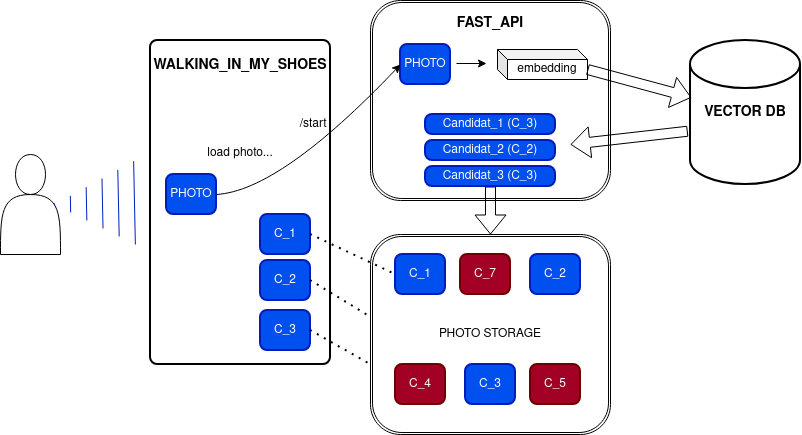
This is img/image.png from InnaBoby/SneakerSearch, a draw.io export, as it was before one commit. Source tidied: cells renumbered, new cells last; positions are measured from the earlier drawing's top-left corner, leaving out a move shared by most shapes.
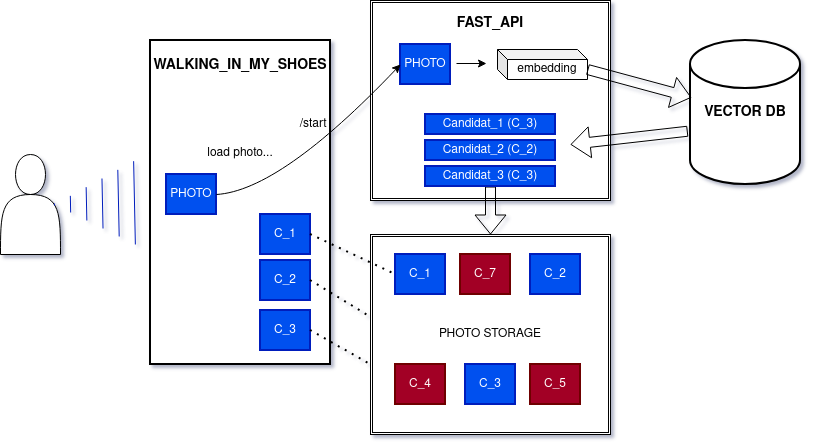
After the change.

Commit message:
красоту наводим

The edit, as a diff of the source:
```diff
@@ -1,41 +1,41 @@
-<mxGraphModel>
+<mxGraphModel shadow="1">
   <root>
     <mxCell id="0" />
     <mxCell id="1" parent="0" />
-    <mxCell id="2" style="shape=actor;whiteSpace=wrap;html=1;" parent="1" vertex="1">
+    <mxCell id="2" style="shape=actor;whiteSpace=wrap;html=1;rounded=0;" parent="1" vertex="1">
       <mxGeometry y="154" width="60" height="100" as="geometry" />
     </mxCell>
     <mxCell id="3" style="shape=mxgraph.arrows2.wedgeArrowDashed2;html=1;startWidth=50;stepSize=15;rounded=0;fillColor=#0050ef;strokeColor=#001DBC;entryX=0.9;entryY=0.5;entryDx=0;entryDy=0;entryPerimeter=0;exitX=0;exitY=0.5;exitDx=0;exitDy=0;" parent="1" edge="1" source="5" target="2">
       <mxGeometry relative="1" as="geometry" />
     </mxCell>
-    <mxCell id="4" value="&lt;div&gt;&lt;b&gt;&lt;font style=&quot;font-size: 14px;&quot;&gt;VECTOR&amp;nbsp;DB&lt;/font&gt;&lt;/b&gt;&lt;/div&gt;" style="strokeWidth=2;html=1;shape=mxgraph.flowchart.database;whiteSpace=wrap;" parent="1" vertex="1">
+    <mxCell id="4" value="&lt;div&gt;&lt;b&gt;&lt;font style=&quot;font-size: 14px;&quot;&gt;VECTOR&amp;nbsp;DB&lt;/font&gt;&lt;/b&gt;&lt;/div&gt;" style="strokeWidth=2;html=1;shape=mxgraph.flowchart.database;whiteSpace=wrap;rounded=0;" parent="1" vertex="1">
       <mxGeometry x="690" y="40" width="110" height="144" as="geometry" />
     </mxCell>
-    <mxCell id="5" value="&lt;div&gt;&lt;b&gt;&lt;font style=&quot;font-size: 14px;&quot;&gt;WALKING_IN_MY_SHOES&lt;/font&gt;&lt;/b&gt;&lt;/div&gt;&lt;div&gt;&lt;br&gt;&lt;/div&gt;&lt;div&gt;&lt;br&gt;&lt;/div&gt;&lt;div&gt;&lt;br&gt;&lt;/div&gt;&lt;div align=&quot;right&quot;&gt;/start&lt;/div&gt;&lt;div align=&quot;right&quot;&gt;&lt;br&gt;&lt;/div&gt;&lt;div align=&quot;center&quot;&gt;load photo...&lt;/div&gt;&lt;div align=&quot;center&quot;&gt;&lt;br&gt;&lt;/div&gt;&lt;div align=&quot;center&quot;&gt;&lt;br&gt;&lt;/div&gt;&lt;div align=&quot;center&quot;&gt;&lt;br&gt;&lt;/div&gt;&lt;div align=&quot;center&quot;&gt;&lt;br&gt;&lt;/div&gt;&lt;div align=&quot;center&quot;&gt;&lt;br&gt;&lt;/div&gt;&lt;div align=&quot;center&quot;&gt;&lt;br&gt;&lt;/div&gt;&lt;div align=&quot;center&quot;&gt;&lt;br&gt;&lt;/div&gt;&lt;div align=&quot;center&quot;&gt;&lt;br&gt;&lt;/div&gt;&lt;div align=&quot;center&quot;&gt;&lt;br&gt;&lt;/div&gt;&lt;div align=&quot;center&quot;&gt;&lt;br&gt;&lt;/div&gt;&lt;div align=&quot;center&quot;&gt;&lt;br&gt;&lt;/div&gt;&lt;div align=&quot;center&quot;&gt;&lt;br&gt;&lt;/div&gt;&lt;div align=&quot;left&quot;&gt;&lt;br&gt;&lt;/div&gt;" style="rounded=1;whiteSpace=wrap;html=1;absoluteArcSize=1;arcSize=14;strokeWidth=2;" parent="1" vertex="1">
+    <mxCell id="5" value="&lt;div&gt;&lt;b&gt;&lt;font style=&quot;font-size: 14px;&quot;&gt;WALKING_IN_MY_SHOES&lt;/font&gt;&lt;/b&gt;&lt;/div&gt;&lt;div&gt;&lt;br&gt;&lt;/div&gt;&lt;div&gt;&lt;br&gt;&lt;/div&gt;&lt;div&gt;&lt;br&gt;&lt;/div&gt;&lt;div align=&quot;right&quot;&gt;/start&lt;/div&gt;&lt;div align=&quot;right&quot;&gt;&lt;br&gt;&lt;/div&gt;&lt;div align=&quot;center&quot;&gt;load photo...&lt;/div&gt;&lt;div align=&quot;center&quot;&gt;&lt;br&gt;&lt;/div&gt;&lt;div align=&quot;center&quot;&gt;&lt;br&gt;&lt;/div&gt;&lt;div align=&quot;center&quot;&gt;&lt;br&gt;&lt;/div&gt;&lt;div align=&quot;center&quot;&gt;&lt;br&gt;&lt;/div&gt;&lt;div align=&quot;center&quot;&gt;&lt;br&gt;&lt;/div&gt;&lt;div align=&quot;center&quot;&gt;&lt;br&gt;&lt;/div&gt;&lt;div align=&quot;center&quot;&gt;&lt;br&gt;&lt;/div&gt;&lt;div align=&quot;center&quot;&gt;&lt;br&gt;&lt;/div&gt;&lt;div align=&quot;center&quot;&gt;&lt;br&gt;&lt;/div&gt;&lt;div align=&quot;center&quot;&gt;&lt;br&gt;&lt;/div&gt;&lt;div align=&quot;center&quot;&gt;&lt;br&gt;&lt;/div&gt;&lt;div align=&quot;center&quot;&gt;&lt;br&gt;&lt;/div&gt;&lt;div align=&quot;left&quot;&gt;&lt;br&gt;&lt;/div&gt;" style="rounded=0;whiteSpace=wrap;html=1;absoluteArcSize=1;arcSize=14;strokeWidth=2;" parent="1" vertex="1">
       <mxGeometry x="150" y="40" width="180" height="324" as="geometry" />
     </mxCell>
-    <mxCell id="6" value="PHOTO" style="rounded=1;whiteSpace=wrap;html=1;absoluteArcSize=1;arcSize=14;strokeWidth=2;fillColor=#0050ef;fontColor=#ffffff;strokeColor=#001DBC;" parent="1" vertex="1">
+    <mxCell id="6" value="PHOTO" style="rounded=0;whiteSpace=wrap;html=1;absoluteArcSize=1;arcSize=14;strokeWidth=2;fillColor=#0050ef;fontColor=#ffffff;strokeColor=#001DBC;" parent="1" vertex="1">
       <mxGeometry x="166" y="174" width="50" height="40" as="geometry" />
     </mxCell>
-    <mxCell id="7" value="C_1" style="rounded=1;whiteSpace=wrap;html=1;absoluteArcSize=1;arcSize=14;strokeWidth=2;fillColor=#0050ef;fontColor=#ffffff;strokeColor=#001DBC;" parent="1" vertex="1">
+    <mxCell id="7" value="C_1" style="rounded=0;whiteSpace=wrap;html=1;absoluteArcSize=1;arcSize=14;strokeWidth=2;fillColor=#0050ef;fontColor=#ffffff;strokeColor=#001DBC;" parent="1" vertex="1">
       <mxGeometry x="260" y="214" width="50" height="40" as="geometry" />
     </mxCell>
-    <mxCell id="8" value="C_2" style="rounded=1;whiteSpace=wrap;html=1;absoluteArcSize=1;arcSize=14;strokeWidth=2;fillColor=#0050ef;fontColor=#ffffff;strokeColor=#001DBC;" parent="1" vertex="1">
+    <mxCell id="8" value="C_2" style="rounded=0;whiteSpace=wrap;html=1;absoluteArcSize=1;arcSize=14;strokeWidth=2;fillColor=#0050ef;fontColor=#ffffff;strokeColor=#001DBC;" parent="1" vertex="1">
       <mxGeometry x="260" y="260" width="50" height="40" as="geometry" />
     </mxCell>
-    <mxCell id="9" value="C_3" style="rounded=1;whiteSpace=wrap;html=1;absoluteArcSize=1;arcSize=14;strokeWidth=2;fillColor=#0050ef;fontColor=#ffffff;strokeColor=#001DBC;" parent="1" vertex="1">
+    <mxCell id="9" value="C_3" style="rounded=0;whiteSpace=wrap;html=1;absoluteArcSize=1;arcSize=14;strokeWidth=2;fillColor=#0050ef;fontColor=#ffffff;strokeColor=#001DBC;" parent="1" vertex="1">
       <mxGeometry x="260" y="310" width="50" height="40" as="geometry" />
     </mxCell>
-    <mxCell id="10" value="&lt;div&gt;&lt;font style=&quot;font-size: 14px;&quot;&gt;&lt;b&gt;FAST_API&lt;/b&gt;&lt;/font&gt;&lt;/div&gt;&lt;div&gt;&lt;font size=&quot;3&quot;&gt;&lt;b&gt;&lt;br&gt;&lt;/b&gt;&lt;/font&gt;&lt;/div&gt;&lt;div&gt;&lt;font size=&quot;3&quot;&gt;&lt;b&gt;&lt;br&gt;&lt;/b&gt;&lt;/font&gt;&lt;/div&gt;&lt;div&gt;&lt;font size=&quot;3&quot;&gt;&lt;b&gt;&lt;br&gt;&lt;/b&gt;&lt;/font&gt;&lt;/div&gt;&lt;div&gt;&lt;font size=&quot;3&quot;&gt;&lt;b&gt;&lt;br&gt;&lt;/b&gt;&lt;/font&gt;&lt;/div&gt;&lt;div&gt;&lt;font size=&quot;3&quot;&gt;&lt;b&gt;&lt;br&gt;&lt;/b&gt;&lt;/font&gt;&lt;/div&gt;&lt;div&gt;&lt;font size=&quot;3&quot;&gt;&lt;b&gt;&lt;br&gt;&lt;/b&gt;&lt;/font&gt;&lt;/div&gt;&lt;div&gt;&lt;font size=&quot;3&quot;&gt;&lt;b&gt;&lt;br&gt;&lt;/b&gt;&lt;/font&gt;&lt;/div&gt;&lt;div&gt;&lt;font size=&quot;3&quot;&gt;&lt;b&gt;&lt;br&gt;&lt;/b&gt;&lt;/font&gt;&lt;/div&gt;" style="shape=ext;double=1;rounded=1;whiteSpace=wrap;html=1;" parent="1" vertex="1">
+    <mxCell id="10" value="&lt;div&gt;&lt;font style=&quot;font-size: 14px;&quot;&gt;&lt;b&gt;FAST_API&lt;/b&gt;&lt;/font&gt;&lt;/div&gt;&lt;div&gt;&lt;font size=&quot;3&quot;&gt;&lt;b&gt;&lt;br&gt;&lt;/b&gt;&lt;/font&gt;&lt;/div&gt;&lt;div&gt;&lt;font size=&quot;3&quot;&gt;&lt;b&gt;&lt;br&gt;&lt;/b&gt;&lt;/font&gt;&lt;/div&gt;&lt;div&gt;&lt;font size=&quot;3&quot;&gt;&lt;b&gt;&lt;br&gt;&lt;/b&gt;&lt;/font&gt;&lt;/div&gt;&lt;div&gt;&lt;font size=&quot;3&quot;&gt;&lt;b&gt;&lt;br&gt;&lt;/b&gt;&lt;/font&gt;&lt;/div&gt;&lt;div&gt;&lt;font size=&quot;3&quot;&gt;&lt;b&gt;&lt;br&gt;&lt;/b&gt;&lt;/font&gt;&lt;/div&gt;&lt;div&gt;&lt;font size=&quot;3&quot;&gt;&lt;b&gt;&lt;br&gt;&lt;/b&gt;&lt;/font&gt;&lt;/div&gt;&lt;div&gt;&lt;font size=&quot;3&quot;&gt;&lt;b&gt;&lt;br&gt;&lt;/b&gt;&lt;/font&gt;&lt;/div&gt;&lt;div&gt;&lt;font size=&quot;3&quot;&gt;&lt;b&gt;&lt;br&gt;&lt;/b&gt;&lt;/font&gt;&lt;/div&gt;" style="shape=ext;double=1;rounded=0;whiteSpace=wrap;html=1;" parent="1" vertex="1">
       <mxGeometry x="370" width="240" height="200" as="geometry" />
     </mxCell>
-    <mxCell id="11" value="PHOTO STORAGE" style="shape=ext;double=1;rounded=1;whiteSpace=wrap;html=1;" parent="1" vertex="1">
+    <mxCell id="11" value="PHOTO STORAGE" style="shape=ext;double=1;rounded=0;whiteSpace=wrap;html=1;" parent="1" vertex="1">
       <mxGeometry x="370" y="234" width="240" height="200" as="geometry" />
     </mxCell>
-    <mxCell id="12" value="PHOTO" style="rounded=1;whiteSpace=wrap;html=1;absoluteArcSize=1;arcSize=14;strokeWidth=2;fillColor=#0050ef;fontColor=#ffffff;strokeColor=#001DBC;" parent="1" vertex="1">
+    <mxCell id="12" value="PHOTO" style="rounded=0;whiteSpace=wrap;html=1;absoluteArcSize=1;arcSize=14;strokeWidth=2;fillColor=#0050ef;fontColor=#ffffff;strokeColor=#001DBC;" parent="1" vertex="1">
       <mxGeometry x="400" y="44" width="50" height="40" as="geometry" />
     </mxCell>
-    <mxCell id="13" value="embedding" style="shape=cube;whiteSpace=wrap;html=1;boundedLbl=1;backgroundOutline=1;darkOpacity=0.05;darkOpacity2=0.1;size=10;" parent="1" vertex="1">
+    <mxCell id="13" value="embedding" style="shape=cube;whiteSpace=wrap;html=1;boundedLbl=1;backgroundOutline=1;darkOpacity=0.05;darkOpacity2=0.1;size=10;rounded=0;" parent="1" vertex="1">
       <mxGeometry x="497" y="49" width="90" height="30" as="geometry" />
     </mxCell>
     <mxCell id="14" style="shape=flexArrow;endArrow=classic;html=1;rounded=0;exitX=0.5;exitY=1;exitDx=0;exitDy=0;" parent="1" edge="1" source="20" target="11">
@@ -58,13 +58,13 @@
         </Array>
       </mxGeometry>
     </mxCell>
-    <mxCell id="18" value="Candidat_1 (C_3)" style="rounded=1;whiteSpace=wrap;html=1;absoluteArcSize=1;arcSize=14;strokeWidth=2;fillColor=#0050ef;fontColor=#ffffff;strokeColor=#001DBC;" parent="1" vertex="1">
+    <mxCell id="18" value="Candidat_1 (C_3)" style="rounded=0;whiteSpace=wrap;html=1;absoluteArcSize=1;arcSize=14;strokeWidth=2;fillColor=#0050ef;fontColor=#ffffff;strokeColor=#001DBC;" parent="1" vertex="1">
       <mxGeometry x="425" y="114" width="130" height="20" as="geometry" />
     </mxCell>
-    <mxCell id="19" value="Candidat_2 (C_2)" style="rounded=1;whiteSpace=wrap;html=1;absoluteArcSize=1;arcSize=14;strokeWidth=2;fillColor=#0050ef;fontColor=#ffffff;strokeColor=#001DBC;" parent="1" vertex="1">
+    <mxCell id="19" value="Candidat_2 (C_2)" style="rounded=0;whiteSpace=wrap;html=1;absoluteArcSize=1;arcSize=14;strokeWidth=2;fillColor=#0050ef;fontColor=#ffffff;strokeColor=#001DBC;" parent="1" vertex="1">
       <mxGeometry x="425" y="140" width="130" height="20" as="geometry" />
     </mxCell>
-    <mxCell id="20" value="Candidat_3 (C_3)" style="rounded=1;whiteSpace=wrap;html=1;absoluteArcSize=1;arcSize=14;strokeWidth=2;fillColor=#0050ef;fontColor=#ffffff;strokeColor=#001DBC;" parent="1" vertex="1">
+    <mxCell id="20" value="Candidat_3 (C_3)" style="rounded=0;whiteSpace=wrap;html=1;absoluteArcSize=1;arcSize=14;strokeWidth=2;fillColor=#0050ef;fontColor=#ffffff;strokeColor=#001DBC;" parent="1" vertex="1">
       <mxGeometry x="425" y="166" width="130" height="20" as="geometry" />
     </mxCell>
     <mxCell id="21" style="curved=1;endArrow=classic;html=1;rounded=0;entryX=0;entryY=0.5;entryDx=0;entryDy=0;exitX=1;exitY=0.5;exitDx=0;exitDy=0;" parent="1" edge="1" source="6" target="12">
@@ -74,16 +74,16 @@
         </Array>
       </mxGeometry>
     </mxCell>
-    <mxCell id="22" value="C_3" style="rounded=1;whiteSpace=wrap;html=1;absoluteArcSize=1;arcSize=14;strokeWidth=2;fillColor=#0050ef;fontColor=#ffffff;strokeColor=#001DBC;" parent="1" vertex="1">
+    <mxCell id="22" value="C_3" style="rounded=0;whiteSpace=wrap;html=1;absoluteArcSize=1;arcSize=14;strokeWidth=2;fillColor=#0050ef;fontColor=#ffffff;strokeColor=#001DBC;" parent="1" vertex="1">
       <mxGeometry x="465" y="364" width="50" height="40" as="geometry" />
     </mxCell>
-    <mxCell id="23" value="C_7" style="rounded=1;whiteSpace=wrap;html=1;absoluteArcSize=1;arcSize=14;strokeWidth=2;fillColor=light-dark(#A20025,#FF6666);fontColor=#ffffff;strokeColor=#6F0000;" parent="1" vertex="1">
+    <mxCell id="23" value="C_7" style="rounded=0;whiteSpace=wrap;html=1;absoluteArcSize=1;arcSize=14;strokeWidth=2;fillColor=light-dark(#A20025,#FF6666);fontColor=#ffffff;strokeColor=#6F0000;" parent="1" vertex="1">
       <mxGeometry x="460" y="254" width="50" height="40" as="geometry" />
     </mxCell>
-    <mxCell id="24" value="C_1" style="rounded=1;whiteSpace=wrap;html=1;absoluteArcSize=1;arcSize=14;strokeWidth=2;fillColor=#0050ef;fontColor=#ffffff;strokeColor=#001DBC;" parent="1" vertex="1">
+    <mxCell id="24" value="C_1" style="rounded=0;whiteSpace=wrap;html=1;absoluteArcSize=1;arcSize=14;strokeWidth=2;fillColor=#0050ef;fontColor=#ffffff;strokeColor=#001DBC;" parent="1" vertex="1">
       <mxGeometry x="395" y="254" width="50" height="40" as="geometry" />
     </mxCell>
-    <mxCell id="25" value="C_2" style="rounded=1;whiteSpace=wrap;html=1;absoluteArcSize=1;arcSize=14;strokeWidth=2;fillColor=#0050ef;fontColor=#ffffff;strokeColor=#001DBC;" parent="1" vertex="1">
+    <mxCell id="25" value="C_2" style="rounded=0;whiteSpace=wrap;html=1;absoluteArcSize=1;arcSize=14;strokeWidth=2;fillColor=#0050ef;fontColor=#ffffff;strokeColor=#001DBC;" parent="1" vertex="1">
       <mxGeometry x="530" y="254" width="50" height="40" as="geometry" />
     </mxCell>
     <mxCell id="26" style="endArrow=none;dashed=1;html=1;dashPattern=1 3;strokeWidth=2;rounded=0;entryX=0;entryY=0.5;entryDx=0;entryDy=0;exitX=1;exitY=0.5;exitDx=0;exitDy=0;" parent="1" edge="1" source="7" target="24">
@@ -95,10 +95,10 @@
     <mxCell id="28" style="endArrow=none;dashed=1;html=1;dashPattern=1 3;strokeWidth=2;rounded=0;entryX=0;entryY=0.65;entryDx=0;entryDy=0;entryPerimeter=0;exitX=1;exitY=0.5;exitDx=0;exitDy=0;" parent="1" edge="1" source="9" target="11">
       <mxGeometry relative="1" as="geometry" />
     </mxCell>
-    <mxCell id="29" value="C_4" style="rounded=1;whiteSpace=wrap;html=1;absoluteArcSize=1;arcSize=14;strokeWidth=2;fillColor=light-dark(#A20025,#FF6666);fontColor=#ffffff;strokeColor=#6F0000;" parent="1" vertex="1">
+    <mxCell id="29" value="C_4" style="rounded=0;whiteSpace=wrap;html=1;absoluteArcSize=1;arcSize=14;strokeWidth=2;fillColor=light-dark(#A20025,#FF6666);fontColor=#ffffff;strokeColor=#6F0000;" parent="1" vertex="1">
       <mxGeometry x="395" y="364" width="50" height="40" as="geometry" />
     </mxCell>
-    <mxCell id="30" value="C_5" style="rounded=1;whiteSpace=wrap;html=1;absoluteArcSize=1;arcSize=14;strokeWidth=2;fillColor=light-dark(#A20025,#FF6666);fontColor=#ffffff;strokeColor=#6F0000;" parent="1" vertex="1">
+    <mxCell id="30" value="C_5" style="rounded=0;whiteSpace=wrap;html=1;absoluteArcSize=1;arcSize=14;strokeWidth=2;fillColor=light-dark(#A20025,#FF6666);fontColor=#ffffff;strokeColor=#6F0000;" parent="1" vertex="1">
       <mxGeometry x="530" y="364" width="50" height="40" as="geometry" />
     </mxCell>
   </root>
```
